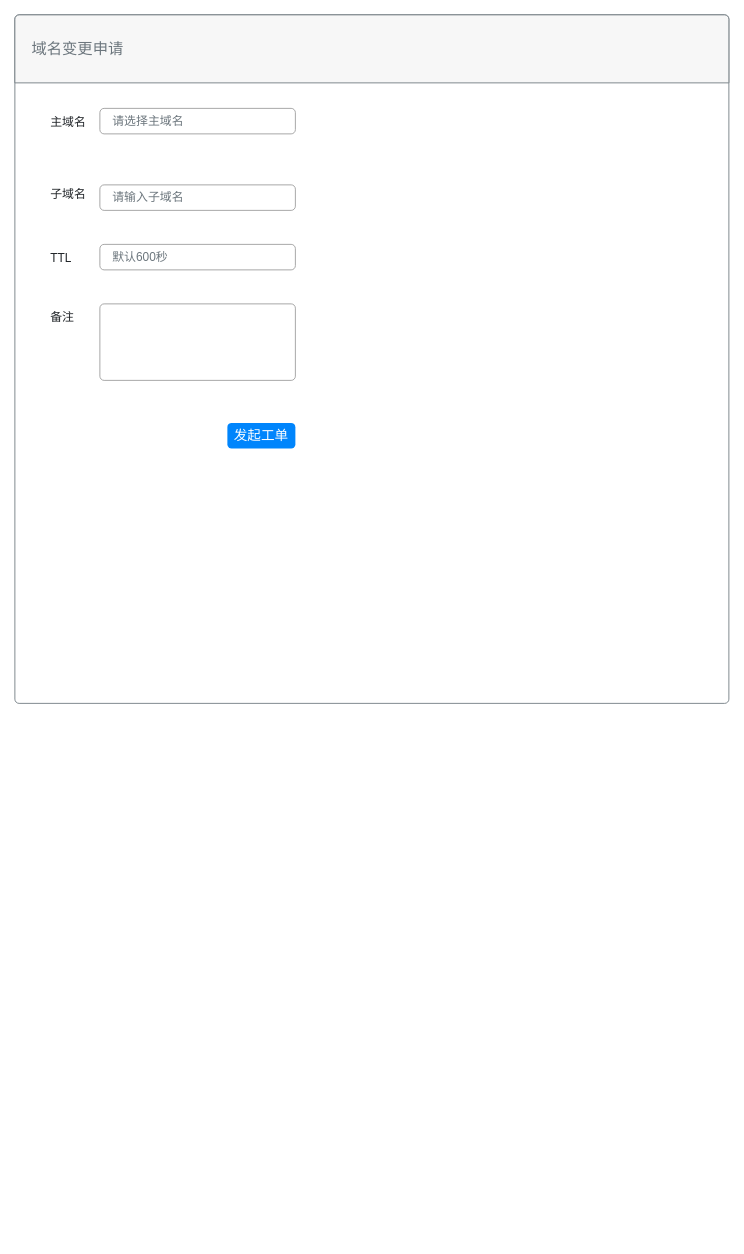
Earlier version of the draw.io diagram goodme/变更工单申请.drawio (Makecodeeasy/diagrams). Source tidied: cells renumbered, new cells numbered last; positions are measured from the earlier drawing's top-left corner, leaving out a move shared by most shapes. Both pictures are drawn from the tidied source at 85%, with x=0, y=0 at pixel (14, 14).
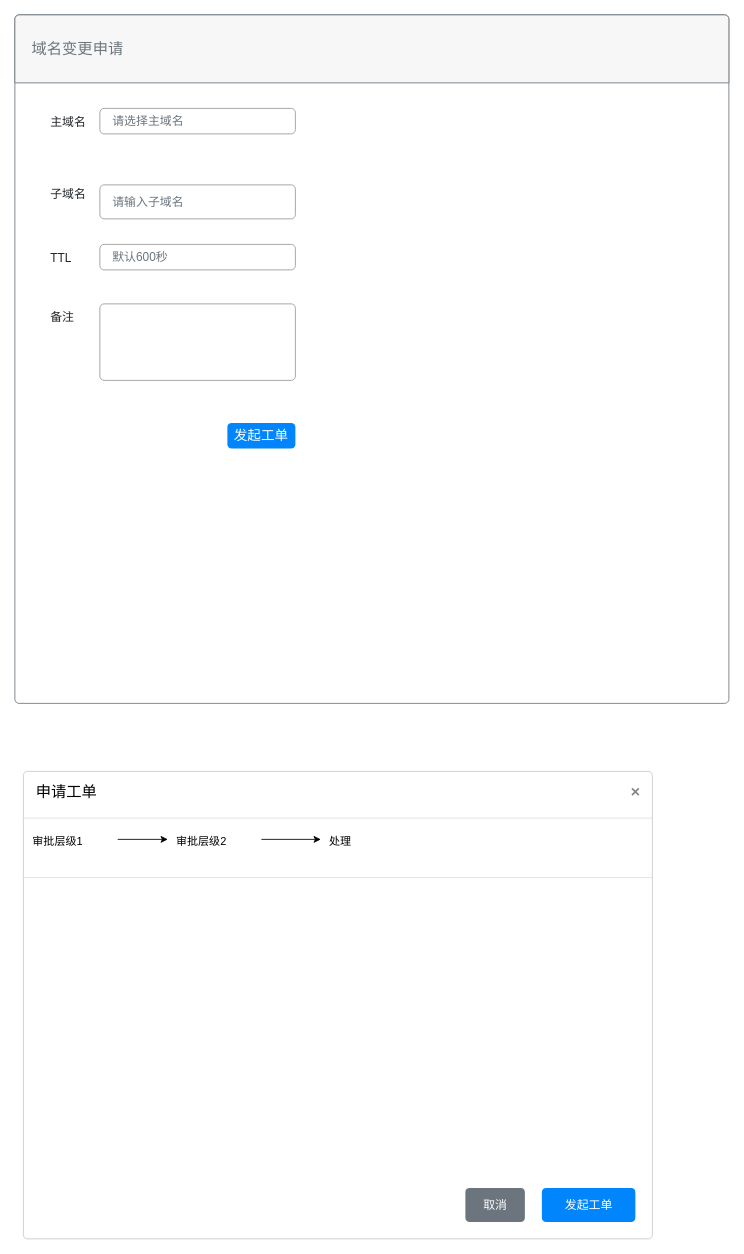
The same diagram, later.

Commit message (it also covers changes not shown here):
更新变更工单申请.drawio

The change refers to these unchanged cells:
```xml
<mxCell id="2" style="html=1;shadow=0;dashed=0;shape=mxgraph.bootstrap.rrect;rSize=5;strokeColor=#6C767D;html=1;whiteSpace=wrap;fillColor=#ffffff;fontColor=#212529;verticalAlign=bottom;align=left;spacing=20;spacingBottom=0;fontSize=14;" parent="1" vertex="1">
  <mxGeometry width="840" height="810" as="geometry" />
</mxCell>
```

Diff of the diagram source:
```diff
@@
     <mxCell id="7" value="请输入子域名" style="html=1;shadow=0;dashed=0;shape=mxgraph.bootstrap.rrect;rSize=5;fillColor=none;strokeColor=#999999;align=left;spacing=15;fontSize=14;fontColor=#6C767D;" parent="2" vertex="1">
-      <mxGeometry width="230" height="30" relative="1" as="geometry">
+      <mxGeometry width="230" height="40" relative="1" as="geometry">
         <mxPoint x="100" y="200" as="offset" />
       </mxGeometry>
     </mxCell>
@@
+    <mxCell id="13" value="申请工单" style="html=1;shadow=0;dashed=0;shape=mxgraph.bootstrap.rrect;rSize=5;html=1;strokeColor=#C8C8C8;fillColor=#ffffff;whiteSpace=wrap;verticalAlign=top;align=left;fontSize=18;spacing=15;spacingTop=-5;" parent="1" vertex="1">
+      <mxGeometry x="10" y="890" width="740" height="550" as="geometry" />
+    </mxCell>
+    <mxCell id="14" style="shape=line;strokeColor=#dddddd;" parent="13" vertex="1">
+      <mxGeometry width="740" height="10" relative="1" as="geometry">
+        <mxPoint y="50" as="offset" />
+      </mxGeometry>
+    </mxCell>
+    <mxCell id="15" style="html=1;shadow=0;dashed=0;shape=mxgraph.bootstrap.x;strokeColor=#868686;strokeWidth=2;" parent="13" vertex="1">
+      <mxGeometry x="1" width="8" height="8" relative="1" as="geometry">
+        <mxPoint x="-24" y="20" as="offset" />
+      </mxGeometry>
+    </mxCell>
+    <mxCell id="16" style="edgeStyle=orthogonalEdgeStyle;rounded=0;jettySize=auto;html=1;exitX=1;exitY=0.5;exitDx=0;exitDy=0;" parent="13" edge="1" source="17" target="22">
+      <mxGeometry relative="1" as="geometry" />
+    </mxCell>
+    <mxCell id="17" value="审批层级1" style="strokeColor=none;fillColor=none;align=left;verticalAlign=top;spacing=10;fontSize=13;" parent="13" vertex="1">
+      <mxGeometry width="110" height="40" relative="1" as="geometry">
+        <mxPoint x="1" y="60" as="offset" />
+      </mxGeometry>
+    </mxCell>
+    <mxCell id="18" style="shape=line;strokeColor=#dddddd;" parent="13" vertex="1">
+      <mxGeometry width="740" height="10" relative="1" as="geometry">
+        <mxPoint y="120" as="offset" />
+      </mxGeometry>
+    </mxCell>
+    <mxCell id="19" value="发起工单" style="html=1;shadow=0;dashed=0;shape=mxgraph.bootstrap.rrect;rSize=5;fillColor=#0085FC;strokeColor=none;fontColor=#FFFFFF;fontSize=14;" parent="13" vertex="1">
+      <mxGeometry x="1" y="1" width="110" height="40" relative="1" as="geometry">
+        <mxPoint x="-130" y="-60" as="offset" />
+      </mxGeometry>
+    </mxCell>
+    <mxCell id="20" value="取消" style="html=1;shadow=0;dashed=0;shape=mxgraph.bootstrap.rrect;rSize=5;fillColor=#6C757D;strokeColor=none;fontColor=#FFFFFF;fontSize=14;" parent="13" vertex="1">
+      <mxGeometry x="1" y="1" width="70" height="40" relative="1" as="geometry">
+        <mxPoint x="-220" y="-60" as="offset" />
+      </mxGeometry>
+    </mxCell>
+    <mxCell id="21" style="edgeStyle=orthogonalEdgeStyle;rounded=0;jettySize=auto;html=1;exitX=1;exitY=0.5;exitDx=0;exitDy=0;entryX=0;entryY=0.5;entryDx=0;entryDy=0;" parent="13" edge="1" source="22" target="23">
+      <mxGeometry relative="1" as="geometry" />
+    </mxCell>
+    <mxCell id="22" value="审批层级2" style="strokeColor=none;fillColor=none;align=left;verticalAlign=top;spacing=10;fontSize=13;" parent="13" vertex="1">
+      <mxGeometry x="170" y="60" width="110" height="40" as="geometry" />
+    </mxCell>
+    <mxCell id="23" value="处理" style="strokeColor=none;fillColor=none;align=left;verticalAlign=top;spacing=10;fontSize=13;" parent="13" vertex="1">
+      <mxGeometry x="350" y="60" width="110" height="40" as="geometry" />
+    </mxCell>
```
